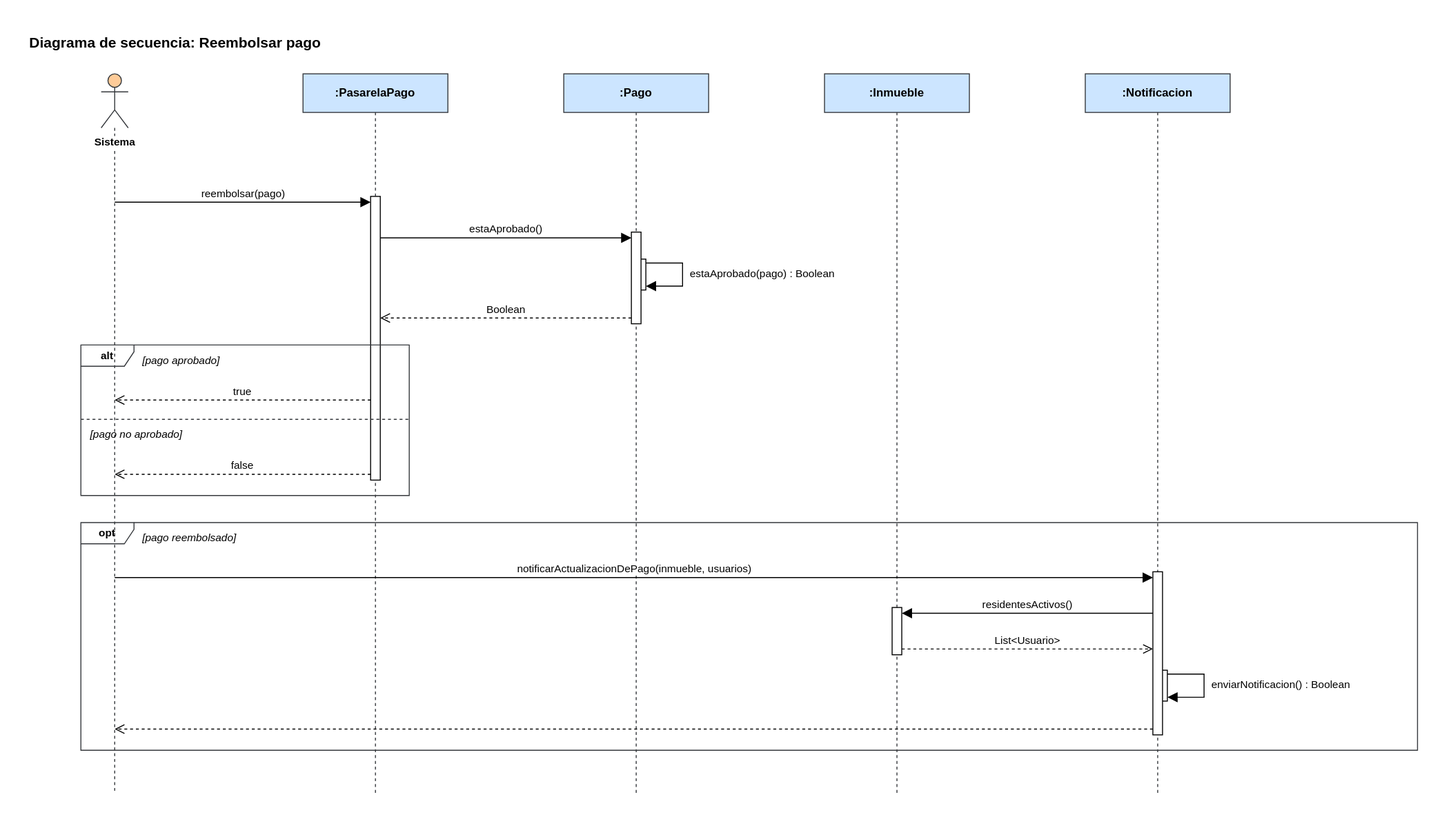
This is Diagramas/Secuencia/reembolsar-pago.svg from manuel20051208/HorizontalSoftware-Back-End, a draw.io export, as it was before one commit. Source tidied: cells renumbered, new cells last; positions are measured from the earlier drawing's top-left corner, leaving out a move shared by most shapes. Its diagram source:
```xml
<mxGraphModel>
  <root>
    <mxCell id="0" />
    <mxCell id="1" parent="0" />
    <mxCell id="2" value="&lt;b&gt;Diagrama de secuencia: Reembolsar pago&lt;/b&gt;" style="text;html=1;align=left;verticalAlign=top;whiteSpace=wrap;fontSize=15;" parent="1" vertex="1">
      <mxGeometry width="1439" height="26" as="geometry" />
    </mxCell>
    <mxCell id="3" value="Sistema" style="shape=umlLifeline;participant=umlActor;perimeter=lifelinePerimeter;whiteSpace=nowrap;html=1;outlineConnect=0;portConstraint=eastwest;size=56;verticalAlign=top;spacingTop=58;labelBackgroundColor=#ffffff;fontStyle=1;fontSize=11;fillColor=#ffcc99;strokeColor=#36393d;" parent="1" vertex="1">
      <mxGeometry x="76" y="48" width="28" height="745" as="geometry" />
    </mxCell>
    <mxCell id="4" value=":PasarelaPago" style="shape=umlLifeline;perimeter=lifelinePerimeter;whiteSpace=wrap;html=1;fillColor=#cce5ff;strokeColor=#36393d;fontStyle=1;fontSize=12;" parent="1" vertex="1">
      <mxGeometry x="285" y="48" width="150" height="745" as="geometry" />
    </mxCell>
    <mxCell id="5" value=":Pago" style="shape=umlLifeline;perimeter=lifelinePerimeter;whiteSpace=wrap;html=1;fillColor=#cce5ff;strokeColor=#36393d;fontStyle=1;fontSize=12;" parent="1" vertex="1">
      <mxGeometry x="555" y="48" width="150" height="745" as="geometry" />
    </mxCell>
    <mxCell id="6" value=":Inmueble" style="shape=umlLifeline;perimeter=lifelinePerimeter;whiteSpace=wrap;html=1;fillColor=#cce5ff;strokeColor=#36393d;fontStyle=1;fontSize=12;" parent="1" vertex="1">
      <mxGeometry x="825" y="48" width="150" height="745" as="geometry" />
    </mxCell>
    <mxCell id="7" value=":Notificacion" style="shape=umlLifeline;perimeter=lifelinePerimeter;whiteSpace=wrap;html=1;fillColor=#cce5ff;strokeColor=#36393d;fontStyle=1;fontSize=12;" parent="1" vertex="1">
      <mxGeometry x="1095" y="48" width="150" height="745" as="geometry" />
    </mxCell>
    <mxCell id="8" style="html=1;points=[];perimeter=orthogonalPerimeter;fillColor=#ffffff;strokeColor=#000000;" parent="1" vertex="1">
      <mxGeometry x="630" y="240" width="10" height="32" as="geometry" />
    </mxCell>
    <mxCell id="9" style="html=1;points=[];perimeter=orthogonalPerimeter;fillColor=#ffffff;strokeColor=#000000;" parent="1" vertex="1">
      <mxGeometry x="625" y="212" width="10" height="95" as="geometry" />
    </mxCell>
    <mxCell id="10" style="html=1;points=[];perimeter=orthogonalPerimeter;fillColor=#ffffff;strokeColor=#000000;" parent="1" vertex="1">
      <mxGeometry x="355" y="175" width="10" height="294" as="geometry" />
    </mxCell>
    <mxCell id="11" style="html=1;points=[];perimeter=orthogonalPerimeter;fillColor=#ffffff;strokeColor=#000000;" parent="1" vertex="1">
      <mxGeometry x="895" y="601" width="10" height="49" as="geometry" />
    </mxCell>
    <mxCell id="12" style="html=1;points=[];perimeter=orthogonalPerimeter;fillColor=#ffffff;strokeColor=#000000;" parent="1" vertex="1">
      <mxGeometry x="1170" y="666" width="10" height="32" as="geometry" />
    </mxCell>
    <mxCell id="13" style="html=1;points=[];perimeter=orthogonalPerimeter;fillColor=#ffffff;strokeColor=#000000;" parent="1" vertex="1">
      <mxGeometry x="1165" y="564" width="10" height="169" as="geometry" />
    </mxCell>
    <mxCell id="14" value="reembolsar(pago)" style="html=1;verticalAlign=bottom;rounded=0;fontSize=11;strokeColor=#000000;endArrow=block;endFill=1;endSize=8;exitX=0.5000;exitY=0.1785;exitDx=0;exitDy=0;exitPerimeter=0;entryX=0.0000;entryY=0.0204;entryDx=0;entryDy=0;entryPerimeter=0;" parent="1" edge="1" source="3" target="10">
      <mxGeometry relative="1" as="geometry" />
    </mxCell>
    <mxCell id="15" value="estaAprobado()" style="html=1;verticalAlign=bottom;rounded=0;fontSize=11;strokeColor=#000000;endArrow=block;endFill=1;endSize=8;exitX=1.0000;exitY=0.1463;exitDx=0;exitDy=0;exitPerimeter=0;entryX=0.0000;entryY=0.0632;entryDx=0;entryDy=0;entryPerimeter=0;" parent="1" edge="1" source="10" target="9">
      <mxGeometry relative="1" as="geometry" />
    </mxCell>
    <mxCell id="16" style="html=1;rounded=0;endArrow=block;endFill=1;endSize=8;strokeColor=#000000;exitX=1.0000;exitY=0.1250;exitDx=0;exitDy=0;exitPerimeter=0;entryX=1.0000;entryY=0.8750;entryDx=0;entryDy=0;entryPerimeter=0;" parent="1" edge="1" source="8" target="8">
      <mxGeometry relative="1" as="geometry">
        <Array as="points">
          <mxPoint x="678" y="244" />
          <mxPoint x="678" y="268" />
        </Array>
      </mxGeometry>
    </mxCell>
    <mxCell id="17" value="Boolean" style="html=1;verticalAlign=bottom;rounded=0;fontSize=11;strokeColor=#000000;dashed=1;endArrow=open;endFill=0;endSize=8;exitX=0.0000;exitY=0.9368;exitDx=0;exitDy=0;exitPerimeter=0;entryX=1.0000;entryY=0.4286;entryDx=0;entryDy=0;entryPerimeter=0;" parent="1" edge="1" source="9" target="10">
      <mxGeometry relative="1" as="geometry" />
    </mxCell>
    <mxCell id="18" value="true" style="html=1;verticalAlign=bottom;rounded=0;fontSize=11;strokeColor=#000000;dashed=1;endArrow=open;endFill=0;endSize=8;exitX=0.0000;exitY=0.7177;exitDx=0;exitDy=0;exitPerimeter=0;entryX=0.5000;entryY=0.4537;entryDx=0;entryDy=0;entryPerimeter=0;" parent="1" edge="1" source="10" target="3">
      <mxGeometry relative="1" as="geometry" />
    </mxCell>
    <mxCell id="19" value="false" style="html=1;verticalAlign=bottom;rounded=0;fontSize=11;strokeColor=#000000;dashed=1;endArrow=open;endFill=0;endSize=8;exitX=0.0000;exitY=0.9796;exitDx=0;exitDy=0;exitPerimeter=0;entryX=0.5000;entryY=0.5570;entryDx=0;entryDy=0;entryPerimeter=0;" parent="1" edge="1" source="10" target="3">
      <mxGeometry relative="1" as="geometry" />
    </mxCell>
    <mxCell id="20" value="notificarActualizacionDePago(inmueble, usuarios)" style="html=1;verticalAlign=bottom;rounded=0;fontSize=11;strokeColor=#000000;endArrow=block;endFill=1;endSize=8;exitX=0.5000;exitY=0.7007;exitDx=0;exitDy=0;exitPerimeter=0;entryX=0.0000;entryY=0.0355;entryDx=0;entryDy=0;entryPerimeter=0;" parent="1" edge="1" source="3" target="13">
      <mxGeometry relative="1" as="geometry" />
    </mxCell>
    <mxCell id="21" value="residentesActivos()" style="html=1;verticalAlign=bottom;rounded=0;fontSize=11;strokeColor=#000000;endArrow=block;endFill=1;endSize=8;exitX=0.0000;exitY=0.2544;exitDx=0;exitDy=0;exitPerimeter=0;entryX=1.0000;entryY=0.1224;entryDx=0;entryDy=0;entryPerimeter=0;" parent="1" edge="1" source="13" target="11">
      <mxGeometry relative="1" as="geometry" />
    </mxCell>
    <mxCell id="22" value="List&amp;lt;Usuario&amp;gt;" style="html=1;verticalAlign=bottom;rounded=0;fontSize=11;strokeColor=#000000;dashed=1;endArrow=open;endFill=0;endSize=8;exitX=1.0000;exitY=0.8776;exitDx=0;exitDy=0;exitPerimeter=0;entryX=0.0000;entryY=0.4734;entryDx=0;entryDy=0;entryPerimeter=0;" parent="1" edge="1" source="11" target="13">
      <mxGeometry relative="1" as="geometry" />
    </mxCell>
    <mxCell id="23" style="html=1;rounded=0;endArrow=block;endFill=1;endSize=8;strokeColor=#000000;exitX=1.0000;exitY=0.1250;exitDx=0;exitDy=0;exitPerimeter=0;entryX=1.0000;entryY=0.8750;entryDx=0;entryDy=0;entryPerimeter=0;" parent="1" edge="1" source="12" target="12">
      <mxGeometry relative="1" as="geometry">
        <Array as="points">
          <mxPoint x="1218" y="670" />
          <mxPoint x="1218" y="694" />
        </Array>
      </mxGeometry>
    </mxCell>
    <mxCell id="24" style="html=1;verticalAlign=bottom;rounded=0;fontSize=11;strokeColor=#000000;dashed=1;endArrow=open;endFill=0;endSize=8;exitX=0.0000;exitY=0.9645;exitDx=0;exitDy=0;exitPerimeter=0;entryX=0.5000;entryY=0.9114;entryDx=0;entryDy=0;entryPerimeter=0;" parent="1" edge="1" source="13" target="3">
      <mxGeometry relative="1" as="geometry" />
    </mxCell>
    <mxCell id="25" value="estaAprobado(pago) : Boolean" style="text;html=1;align=left;verticalAlign=top;whiteSpace=wrap;overflow=hidden;fontSize=11;" parent="1" vertex="1">
      <mxGeometry x="684" y="242" width="185" height="28" as="geometry" />
    </mxCell>
    <mxCell id="26" value="enviarNotificacion() : Boolean" style="text;html=1;align=left;verticalAlign=top;whiteSpace=wrap;overflow=hidden;fontSize=11;" parent="1" vertex="1">
      <mxGeometry x="1224" y="668" width="185" height="28" as="geometry" />
    </mxCell>
    <mxCell id="27" value="alt" style="shape=umlFrame;whiteSpace=wrap;html=1;fillColor=none;strokeColor=#36393d;fontStyle=1;fontSize=11;width=55;height=22;" parent="1" vertex="1">
      <mxGeometry x="55" y="329" width="340" height="156" as="geometry" />
    </mxCell>
    <mxCell id="28" value="opt" style="shape=umlFrame;whiteSpace=wrap;html=1;fillColor=none;strokeColor=#36393d;fontStyle=1;fontSize=11;width=55;height=22;" parent="1" vertex="1">
      <mxGeometry x="55" y="513" width="1384" height="236" as="geometry" />
    </mxCell>
    <mxCell id="29" style="endArrow=none;dashed=1;html=1;strokeColor=#36393d;" parent="1" edge="1">
      <mxGeometry relative="1" as="geometry">
        <mxPoint x="55" y="406" as="sourcePoint" />
        <mxPoint x="395" y="406" as="targetPoint" />
      </mxGeometry>
    </mxCell>
    <mxCell id="30" value="[pago aprobado]" style="text;html=1;align=left;verticalAlign=top;whiteSpace=wrap;fontSize=11;fontStyle=2;" parent="1" vertex="1">
      <mxGeometry x="117" y="332" width="270" height="22" as="geometry" />
    </mxCell>
    <mxCell id="31" value="[pago no aprobado]" style="text;html=1;align=left;verticalAlign=top;whiteSpace=wrap;fontSize=11;fontStyle=2;" parent="1" vertex="1">
      <mxGeometry x="63" y="409" width="320" height="22" as="geometry" />
    </mxCell>
    <mxCell id="32" value="[pago reembolsado]" style="text;html=1;align=left;verticalAlign=top;whiteSpace=wrap;fontSize=11;fontStyle=2;" parent="1" vertex="1">
      <mxGeometry x="117" y="516" width="1314" height="22" as="geometry" />
    </mxCell>
  </root>
</mxGraphModel>
```
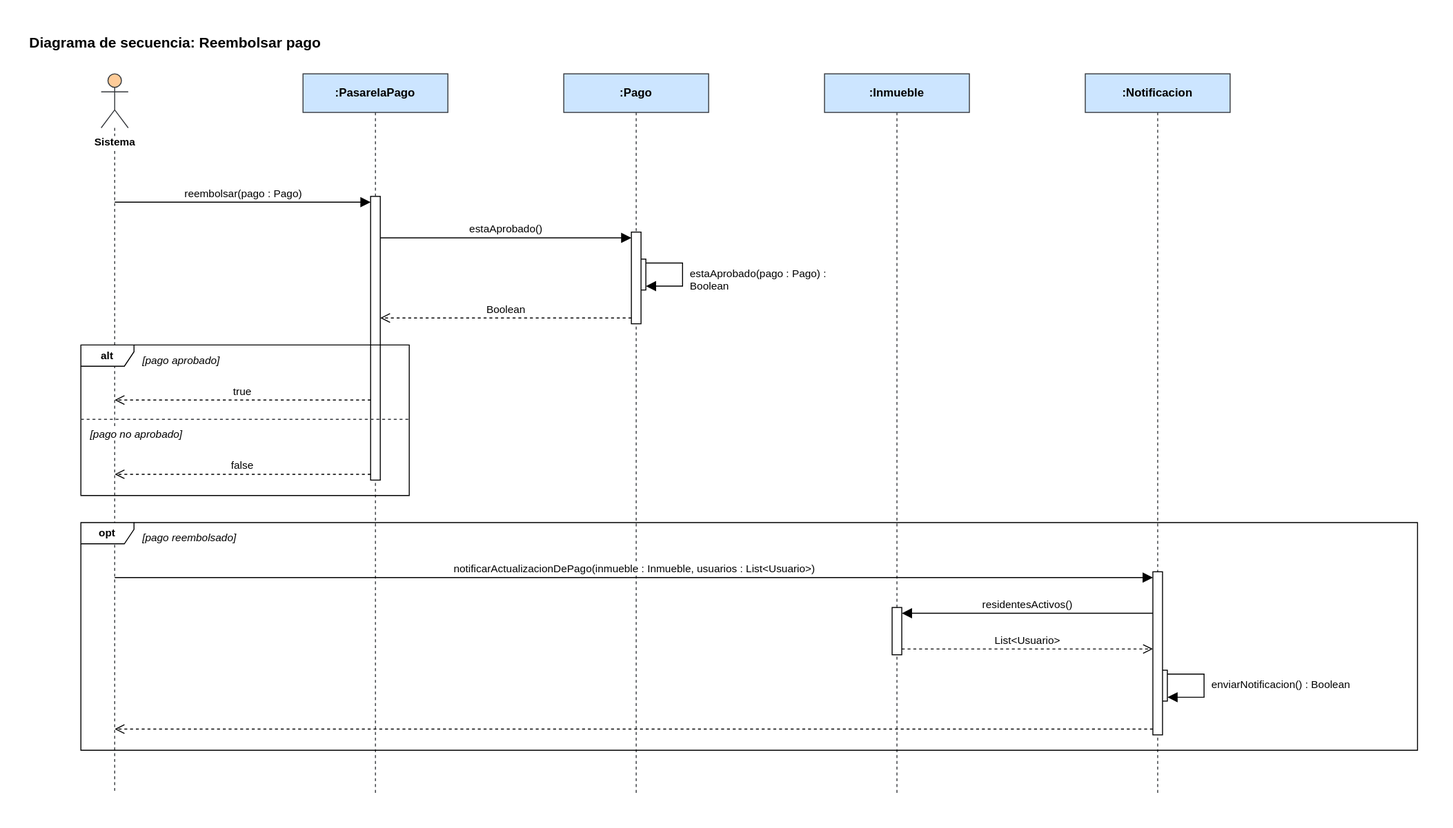
Later version of the same file.

The edit, as a diff of the source:
```diff
@@ -38,7 +38,7 @@
     <mxCell id="13" style="html=1;points=[];perimeter=orthogonalPerimeter;fillColor=#ffffff;strokeColor=#000000;" parent="1" vertex="1">
       <mxGeometry x="1165" y="564" width="10" height="169" as="geometry" />
     </mxCell>
-    <mxCell id="14" value="reembolsar(pago)" style="html=1;verticalAlign=bottom;rounded=0;fontSize=11;strokeColor=#000000;endArrow=block;endFill=1;endSize=8;exitX=0.5000;exitY=0.1785;exitDx=0;exitDy=0;exitPerimeter=0;entryX=0.0000;entryY=0.0204;entryDx=0;entryDy=0;entryPerimeter=0;" parent="1" edge="1" source="3" target="10">
+    <mxCell id="14" value="reembolsar(pago : Pago)" style="html=1;verticalAlign=bottom;rounded=0;fontSize=11;strokeColor=#000000;endArrow=block;endFill=1;endSize=8;exitX=0.5000;exitY=0.1785;exitDx=0;exitDy=0;exitPerimeter=0;entryX=0.0000;entryY=0.0204;entryDx=0;entryDy=0;entryPerimeter=0;" parent="1" edge="1" source="3" target="10">
       <mxGeometry relative="1" as="geometry" />
     </mxCell>
     <mxCell id="15" value="estaAprobado()" style="html=1;verticalAlign=bottom;rounded=0;fontSize=11;strokeColor=#000000;endArrow=block;endFill=1;endSize=8;exitX=1.0000;exitY=0.1463;exitDx=0;exitDy=0;exitPerimeter=0;entryX=0.0000;entryY=0.0632;entryDx=0;entryDy=0;entryPerimeter=0;" parent="1" edge="1" source="10" target="9">
@@ -61,7 +61,7 @@
     <mxCell id="19" value="false" style="html=1;verticalAlign=bottom;rounded=0;fontSize=11;strokeColor=#000000;dashed=1;endArrow=open;endFill=0;endSize=8;exitX=0.0000;exitY=0.9796;exitDx=0;exitDy=0;exitPerimeter=0;entryX=0.5000;entryY=0.5570;entryDx=0;entryDy=0;entryPerimeter=0;" parent="1" edge="1" source="10" target="3">
       <mxGeometry relative="1" as="geometry" />
     </mxCell>
-    <mxCell id="20" value="notificarActualizacionDePago(inmueble, usuarios)" style="html=1;verticalAlign=bottom;rounded=0;fontSize=11;strokeColor=#000000;endArrow=block;endFill=1;endSize=8;exitX=0.5000;exitY=0.7007;exitDx=0;exitDy=0;exitPerimeter=0;entryX=0.0000;entryY=0.0355;entryDx=0;entryDy=0;entryPerimeter=0;" parent="1" edge="1" source="3" target="13">
+    <mxCell id="20" value="notificarActualizacionDePago(inmueble : Inmueble, usuarios : List&amp;lt;Usuario&amp;gt;)" style="html=1;verticalAlign=bottom;rounded=0;fontSize=11;strokeColor=#000000;endArrow=block;endFill=1;endSize=8;exitX=0.5000;exitY=0.7007;exitDx=0;exitDy=0;exitPerimeter=0;entryX=0.0000;entryY=0.0355;entryDx=0;entryDy=0;entryPerimeter=0;" parent="1" edge="1" source="3" target="13">
       <mxGeometry relative="1" as="geometry" />
     </mxCell>
     <mxCell id="21" value="residentesActivos()" style="html=1;verticalAlign=bottom;rounded=0;fontSize=11;strokeColor=#000000;endArrow=block;endFill=1;endSize=8;exitX=0.0000;exitY=0.2544;exitDx=0;exitDy=0;exitPerimeter=0;entryX=1.0000;entryY=0.1224;entryDx=0;entryDy=0;entryPerimeter=0;" parent="1" edge="1" source="13" target="11">
@@ -81,16 +81,19 @@
     <mxCell id="24" style="html=1;verticalAlign=bottom;rounded=0;fontSize=11;strokeColor=#000000;dashed=1;endArrow=open;endFill=0;endSize=8;exitX=0.0000;exitY=0.9645;exitDx=0;exitDy=0;exitPerimeter=0;entryX=0.5000;entryY=0.9114;entryDx=0;entryDy=0;entryPerimeter=0;" parent="1" edge="1" source="13" target="3">
       <mxGeometry relative="1" as="geometry" />
     </mxCell>
-    <mxCell id="25" value="estaAprobado(pago) : Boolean" style="text;html=1;align=left;verticalAlign=top;whiteSpace=wrap;overflow=hidden;fontSize=11;" parent="1" vertex="1">
+    <mxCell id="25" value="estaAprobado(pago : Pago) : Boolean" style="text;html=1;align=left;verticalAlign=top;whiteSpace=wrap;overflow=hidden;fontSize=11;" parent="1" vertex="1">
       <mxGeometry x="684" y="242" width="185" height="28" as="geometry" />
     </mxCell>
     <mxCell id="26" value="enviarNotificacion() : Boolean" style="text;html=1;align=left;verticalAlign=top;whiteSpace=wrap;overflow=hidden;fontSize=11;" parent="1" vertex="1">
       <mxGeometry x="1224" y="668" width="185" height="28" as="geometry" />
     </mxCell>
+    <mxCell id="31" value="&lt;span style=&quot;background-color: #ffffff;&quot;&gt;[pago no aprobado]&lt;/span&gt;" style="text;html=1;align=left;verticalAlign=top;whiteSpace=wrap;fontSize=11;fontStyle=2;" parent="1" vertex="1">
+      <mxGeometry x="63" y="409" width="320" height="22" as="geometry" />
+    </mxCell>
-    <mxCell id="27" value="alt" style="shape=umlFrame;whiteSpace=wrap;html=1;fillColor=none;strokeColor=#36393d;fontStyle=1;fontSize=11;width=55;height=22;" parent="1" vertex="1">
+    <mxCell id="27" value="alt" style="shape=umlFrame;whiteSpace=wrap;html=1;fontStyle=1;fontSize=11;width=55;height=22;" parent="1" vertex="1">
       <mxGeometry x="55" y="329" width="340" height="156" as="geometry" />
     </mxCell>
-    <mxCell id="28" value="opt" style="shape=umlFrame;whiteSpace=wrap;html=1;fillColor=none;strokeColor=#36393d;fontStyle=1;fontSize=11;width=55;height=22;" parent="1" vertex="1">
+    <mxCell id="28" value="opt" style="shape=umlFrame;whiteSpace=wrap;html=1;fontStyle=1;fontSize=11;width=55;height=22;" parent="1" vertex="1">
       <mxGeometry x="55" y="513" width="1384" height="236" as="geometry" />
     </mxCell>
     <mxCell id="29" style="endArrow=none;dashed=1;html=1;strokeColor=#36393d;" parent="1" edge="1">
@@ -102,9 +105,6 @@
     <mxCell id="30" value="[pago aprobado]" style="text;html=1;align=left;verticalAlign=top;whiteSpace=wrap;fontSize=11;fontStyle=2;" parent="1" vertex="1">
       <mxGeometry x="117" y="332" width="270" height="22" as="geometry" />
     </mxCell>
-    <mxCell id="31" value="[pago no aprobado]" style="text;html=1;align=left;verticalAlign=top;whiteSpace=wrap;fontSize=11;fontStyle=2;" parent="1" vertex="1">
-      <mxGeometry x="63" y="409" width="320" height="22" as="geometry" />
-    </mxCell>
     <mxCell id="32" value="[pago reembolsado]" style="text;html=1;align=left;verticalAlign=top;whiteSpace=wrap;fontSize=11;fontStyle=2;" parent="1" vertex="1">
       <mxGeometry x="117" y="516" width="1314" height="22" as="geometry" />
     </mxCell>
```
